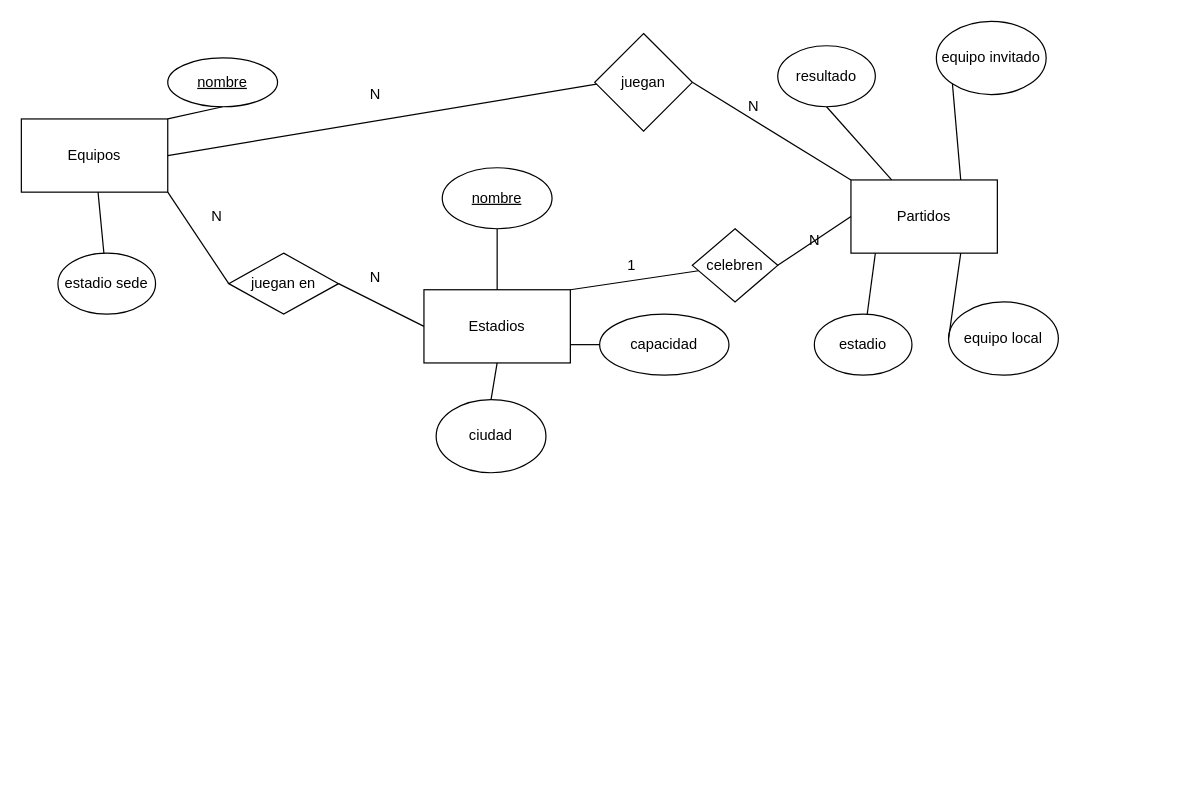
Before: ligafutbol.drawio in pedronieto84/lowcode-nocode, a draw.io diagram. Source tidied: cells renumbered, new cells numbered last; positions are measured from the earlier drawing's top-left corner, leaving out a move shared by most shapes. Both pictures are drawn from the tidied source at 122%, with x=0, y=0 at pixel (21, 21).
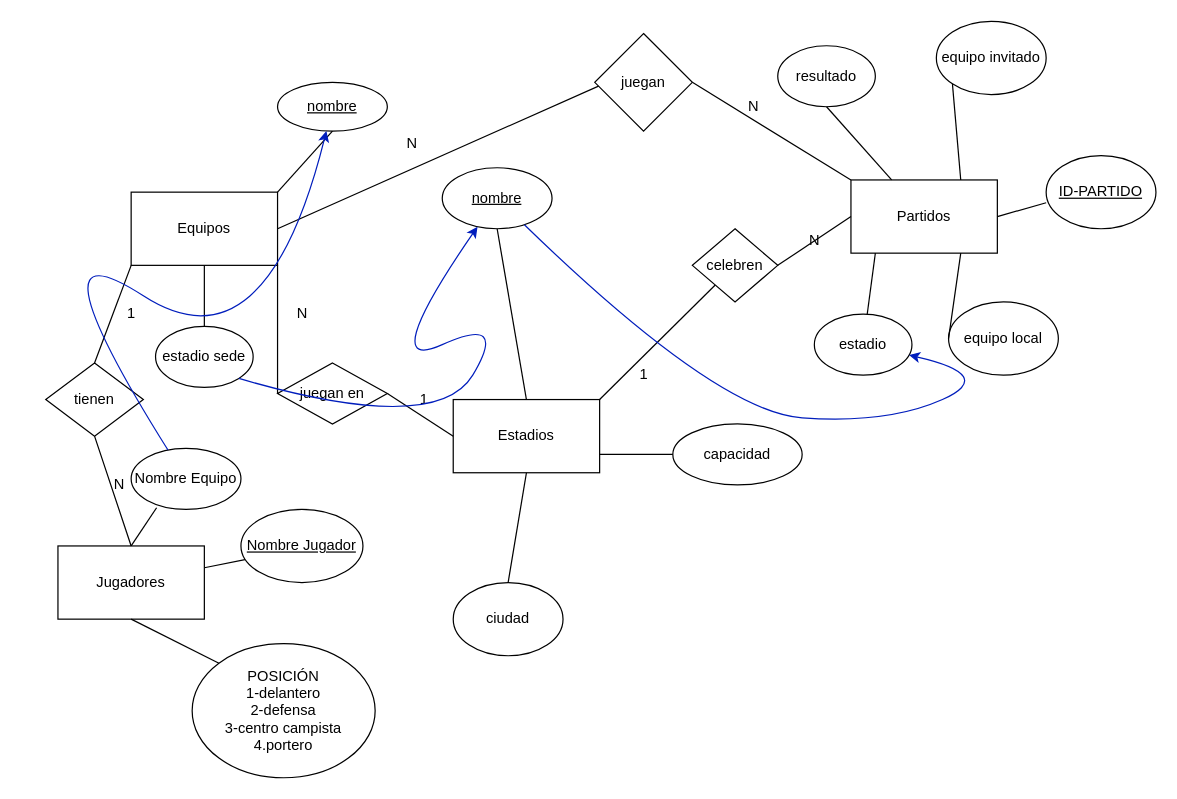
Above is the later version.

Commit message:
tablas escuela

Unchanged cells that the change refers to:
```xml
<mxCell id="3" value="Partidos" style="rounded=0;whiteSpace=wrap;html=1;" parent="1" vertex="1">
  <mxGeometry x="680" y="130" width="120" height="60" as="geometry" />
</mxCell>
<mxCell id="9" value="&lt;u&gt;nombre&lt;/u&gt;" style="ellipse;whiteSpace=wrap;html=1;" parent="1" vertex="1">
  <mxGeometry x="345" y="120" width="90" height="50" as="geometry" />
</mxCell>
<mxCell id="18" value="estadio" style="ellipse;whiteSpace=wrap;html=1;" parent="1" vertex="1">
  <mxGeometry x="650" y="240" width="80" height="50" as="geometry" />
</mxCell>
```

The edit, as a diff of the source:
```diff
@@
     <mxCell id="2" value="Estadios" style="rounded=0;whiteSpace=wrap;html=1;" parent="1" vertex="1">
-      <mxGeometry x="330" y="220" width="120" height="60" as="geometry" />
+      <mxGeometry x="354" y="310" width="120" height="60" as="geometry" />
     </mxCell>
@@
     <mxCell id="4" value="Equipos" style="rounded=0;whiteSpace=wrap;html=1;" parent="1" vertex="1">
-      <mxGeometry y="80" width="120" height="60" as="geometry" />
+      <mxGeometry x="90" y="140" width="120" height="60" as="geometry" />
     </mxCell>
     <mxCell id="5" value="&lt;u&gt;nombre&lt;/u&gt;" style="ellipse;whiteSpace=wrap;html=1;" parent="1" vertex="1">
-      <mxGeometry x="120" y="30" width="90" height="40" as="geometry" />
+      <mxGeometry x="210" y="50" width="90" height="40" as="geometry" />
     </mxCell>
     <mxCell id="6" value="estadio sede" style="ellipse;whiteSpace=wrap;html=1;" parent="1" vertex="1">
-      <mxGeometry x="30" y="190" width="80" height="50" as="geometry" />
+      <mxGeometry x="110" y="250" width="80" height="50" as="geometry" />
     </mxCell>
@@
     <mxCell id="10" value="capacidad" style="ellipse;whiteSpace=wrap;html=1;" parent="1" vertex="1">
-      <mxGeometry x="474" y="240" width="106" height="50" as="geometry" />
+      <mxGeometry x="534" y="330" width="106" height="50" as="geometry" />
     </mxCell>
     <mxCell id="11" value="ciudad" style="ellipse;whiteSpace=wrap;html=1;" parent="1" vertex="1">
-      <mxGeometry x="340" y="310" width="90" height="60" as="geometry" />
+      <mxGeometry x="354" y="460" width="90" height="60" as="geometry" />
     </mxCell>
@@
     <mxCell id="26" value="juegan en" style="rhombus;whiteSpace=wrap;html=1;" parent="1" vertex="1">
-      <mxGeometry x="170" y="190" width="90" height="50" as="geometry" />
+      <mxGeometry x="210" y="280" width="90" height="50" as="geometry" />
     </mxCell>
@@
-    <mxCell id="32" value="N" style="text;html=1;align=center;verticalAlign=middle;strokeColor=none;fillColor=none;" parent="1" vertex="1">
-      <mxGeometry x="150" y="150" width="20" height="20" as="geometry" />
-    </mxCell>
     <mxCell id="33" value="N" style="text;html=1;align=center;verticalAlign=middle;strokeColor=none;fillColor=none;" parent="1" vertex="1">
-      <mxGeometry x="280" y="200" width="20" height="20" as="geometry" />
+      <mxGeometry x="220" y="230" width="20" height="20" as="geometry" />
     </mxCell>
     <mxCell id="34" value="N" style="text;html=1;align=center;verticalAlign=middle;strokeColor=none;fillColor=none;" parent="1" vertex="1">
-      <mxGeometry x="280" y="50" width="20" height="20" as="geometry" />
+      <mxGeometry x="310" y="90" width="20" height="20" as="geometry" />
     </mxCell>
@@
     <mxCell id="36" value="1" style="text;html=1;align=center;verticalAlign=middle;strokeColor=none;fillColor=none;" parent="1" vertex="1">
-      <mxGeometry x="490" y="190" width="20" height="20" as="geometry" />
+      <mxGeometry x="320" y="300" width="20" height="20" as="geometry" />
     </mxCell>
@@
+    <mxCell id="38" value="Jugadores" style="rounded=0;whiteSpace=wrap;html=1;" parent="1" vertex="1">
+      <mxGeometry x="30" y="430" width="120" height="60" as="geometry" />
+    </mxCell>
+    <mxCell id="39" style="endArrow=none;html=1;entryX=0;entryY=1;entryDx=0;entryDy=0;" parent="1" edge="1" target="4">
+      <mxGeometry relative="1" as="geometry">
+        <mxPoint x="60" y="280" as="sourcePoint" />
+      </mxGeometry>
+    </mxCell>
+    <mxCell id="40" value="tienen" style="rhombus;whiteSpace=wrap;html=1;" parent="1" vertex="1">
+      <mxGeometry x="20" y="280" width="80" height="60" as="geometry" />
+    </mxCell>
+    <mxCell id="41" style="endArrow=none;html=1;exitX=0.5;exitY=0;exitDx=0;exitDy=0;entryX=0.5;entryY=1;entryDx=0;entryDy=0;" parent="1" edge="1" source="38" target="40">
+      <mxGeometry relative="1" as="geometry" />
+    </mxCell>
+    <mxCell id="42" value="POSICIÓN&lt;br&gt;1-delantero&lt;br&gt;2-defensa&lt;br&gt;3-centro campista&lt;br&gt;4.portero" style="ellipse;whiteSpace=wrap;html=1;" parent="1" vertex="1">
+      <mxGeometry x="140" y="510" width="150" height="110" as="geometry" />
+    </mxCell>
+    <mxCell id="43" style="endArrow=none;html=1;exitX=0;exitY=0;exitDx=0;exitDy=0;entryX=0.5;entryY=1;entryDx=0;entryDy=0;" parent="1" edge="1" source="42" target="38">
+      <mxGeometry relative="1" as="geometry" />
+    </mxCell>
+    <mxCell id="44" value="&lt;u&gt;Nombre Jugador&lt;/u&gt;" style="ellipse;whiteSpace=wrap;html=1;" parent="1" vertex="1">
+      <mxGeometry x="180" y="400" width="100" height="60" as="geometry" />
+    </mxCell>
+    <mxCell id="45" value="Nombre Equipo" style="ellipse;whiteSpace=wrap;html=1;" parent="1" vertex="1">
+      <mxGeometry x="90" y="350" width="90" height="50" as="geometry" />
+    </mxCell>
+    <mxCell id="46" style="endArrow=none;html=1;entryX=0.5;entryY=0;entryDx=0;entryDy=0;exitX=0.232;exitY=0.974;exitDx=0;exitDy=0;exitPerimeter=0;" parent="1" edge="1" source="45" target="38">
+      <mxGeometry relative="1" as="geometry" />
+    </mxCell>
+    <mxCell id="47" style="endArrow=none;html=1;entryX=0.033;entryY=0.686;entryDx=0;entryDy=0;entryPerimeter=0;" parent="1" edge="1" source="38" target="44">
+      <mxGeometry relative="1" as="geometry" />
+    </mxCell>
+    <mxCell id="48" value="1" style="text;html=1;align=center;verticalAlign=middle;strokeColor=none;fillColor=none;" parent="1" vertex="1">
+      <mxGeometry x="80" y="230" width="20" height="20" as="geometry" />
+    </mxCell>
+    <mxCell id="32" value="N" style="text;html=1;align=center;verticalAlign=middle;strokeColor=none;fillColor=none;" parent="1" vertex="1">
+      <mxGeometry x="70" y="370" width="20" height="20" as="geometry" />
+    </mxCell>
+    <mxCell id="49" value="1" style="text;html=1;align=center;verticalAlign=middle;strokeColor=none;fillColor=none;" parent="1" vertex="1">
+      <mxGeometry x="500" y="280" width="20" height="20" as="geometry" />
+    </mxCell>
+    <mxCell id="50" value="&lt;u&gt;ID-PARTIDO&lt;/u&gt;" style="ellipse;whiteSpace=wrap;html=1;" parent="1" vertex="1">
+      <mxGeometry x="840" y="110" width="90" height="60" as="geometry" />
+    </mxCell>
+    <mxCell id="51" style="endArrow=none;html=1;entryX=0;entryY=0.645;entryDx=0;entryDy=0;entryPerimeter=0;exitX=1;exitY=0.5;exitDx=0;exitDy=0;" parent="1" edge="1" source="3" target="50">
+      <mxGeometry relative="1" as="geometry" />
+    </mxCell>
+    <mxCell id="52" style="curved=1;endArrow=classic;html=1;fillColor=#0050ef;strokeColor=#001DBC;" parent="1" edge="1" source="9" target="18">
+      <mxGeometry relative="1" as="geometry">
+        <Array as="points">
+          <mxPoint x="570" y="320" />
+          <mxPoint x="710" y="330" />
+          <mxPoint x="800" y="290" />
+        </Array>
+      </mxGeometry>
+    </mxCell>
+    <mxCell id="53" style="curved=1;endArrow=classic;html=1;fillColor=#0050ef;strokeColor=#001DBC;" parent="1" edge="1" source="45" target="5">
+      <mxGeometry relative="1" as="geometry">
+        <Array as="points">
+          <mxPoint y="160" />
+          <mxPoint x="200" y="290" />
+        </Array>
+      </mxGeometry>
+    </mxCell>
+    <mxCell id="54" style="curved=1;endArrow=classic;html=1;exitX=1;exitY=1;exitDx=0;exitDy=0;fillColor=#0050ef;strokeColor=#001DBC;" parent="1" edge="1" source="6" target="9">
+      <mxGeometry relative="1" as="geometry">
+        <Array as="points">
+          <mxPoint x="340" y="340" />
+          <mxPoint x="400" y="240" />
+          <mxPoint x="290" y="290" />
+        </Array>
+      </mxGeometry>
+    </mxCell>
```
